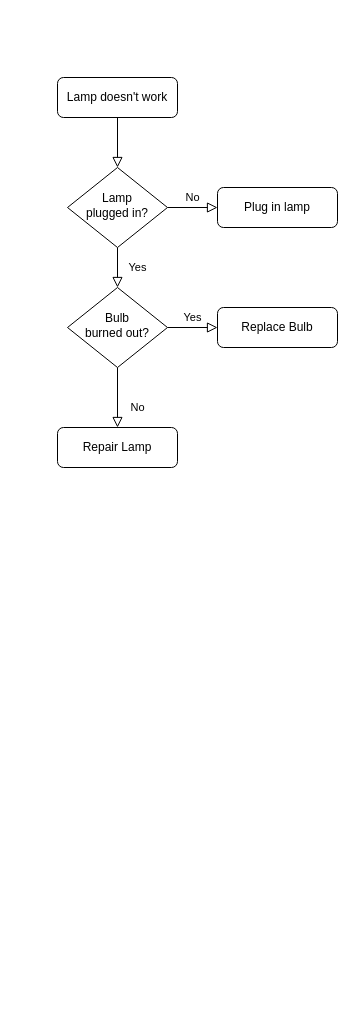
Above: idk.drawio in H0p1ty/data_bases (draw.io), before the change. Source tidied: cells renumbered, new cells numbered last; positions are measured from the earlier drawing's top-left corner, leaving out a move shared by most shapes. Both pictures are drawn from the tidied source at 100%, with x=0, y=0 at pixel (57, 77).
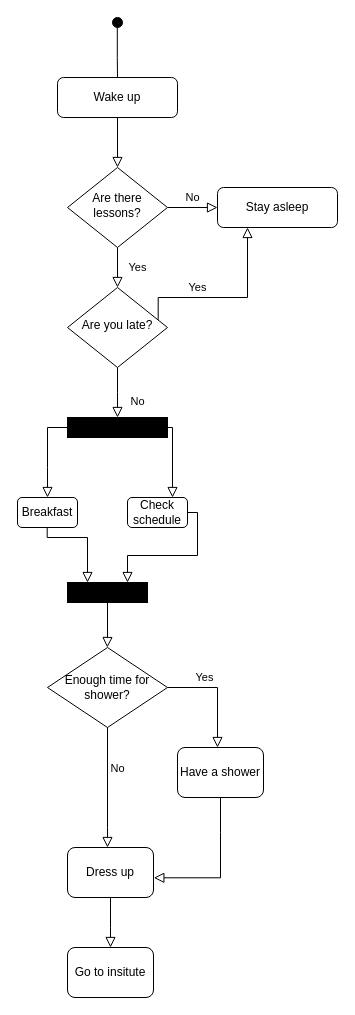
Above is the later version.

Change to the diagram source:
```diff
@@
-    <mxCell id="3" value="Lamp doesn't work" style="rounded=1;whiteSpace=wrap;html=1;fontSize=12;glass=0;strokeWidth=1;shadow=0;" parent="1" vertex="1">
+    <mxCell id="3" value="Wake up" style="rounded=1;whiteSpace=wrap;html=1;fontSize=12;glass=0;strokeWidth=1;shadow=0;" parent="1" vertex="1">
       <mxGeometry width="120" height="40" as="geometry" />
     </mxCell>
@@
-    <mxCell id="6" value="Lamp&lt;br&gt;plugged in?" style="rhombus;whiteSpace=wrap;html=1;shadow=0;fontFamily=Helvetica;fontSize=12;align=center;strokeWidth=1;spacing=6;spacingTop=-4;" parent="1" vertex="1">
+    <mxCell id="6" value="Are there lessons?" style="rhombus;whiteSpace=wrap;html=1;shadow=0;fontFamily=Helvetica;fontSize=12;align=center;strokeWidth=1;spacing=6;spacingTop=-4;" parent="1" vertex="1">
       <mxGeometry x="10" y="90" width="100" height="80" as="geometry" />
     </mxCell>
-    <mxCell id="7" value="Plug in lamp" style="rounded=1;whiteSpace=wrap;html=1;fontSize=12;glass=0;strokeWidth=1;shadow=0;" parent="1" vertex="1">
+    <mxCell id="7" value="Stay asleep" style="rounded=1;whiteSpace=wrap;html=1;fontSize=12;glass=0;strokeWidth=1;shadow=0;" parent="1" vertex="1">
       <mxGeometry x="160" y="110" width="120" height="40" as="geometry" />
     </mxCell>
-    <mxCell id="8" value="No" style="rounded=0;html=1;jettySize=auto;fontSize=11;endArrow=block;endFill=0;endSize=8;strokeWidth=1;shadow=0;labelBackgroundColor=none;edgeStyle=orthogonalEdgeStyle;" parent="1" edge="1" source="10" target="11">
-      <mxGeometry x="0.33" y="20" relative="1" as="geometry" />
+    <mxCell id="8" value="No" style="rounded=0;html=1;jettySize=auto;fontSize=11;endArrow=block;endFill=0;endSize=8;strokeWidth=1;shadow=0;labelBackgroundColor=none;edgeStyle=orthogonalEdgeStyle;" parent="1" edge="1" source="10">
+      <mxGeometry x="0.33" y="20" relative="1" as="geometry">
+        <mxPoint x="60" y="340" as="targetPoint" />
+      </mxGeometry>
     </mxCell>
-    <mxCell id="9" value="Yes" style="edgeStyle=orthogonalEdgeStyle;rounded=0;html=1;jettySize=auto;fontSize=11;endArrow=block;endFill=0;endSize=8;strokeWidth=1;shadow=0;labelBackgroundColor=none;" parent="1" edge="1" source="10" target="12">
-      <mxGeometry y="10" relative="1" as="geometry" />
-    </mxCell>
-    <mxCell id="10" value="Bulb&lt;br&gt;burned out?" style="rhombus;whiteSpace=wrap;html=1;shadow=0;fontFamily=Helvetica;fontSize=12;align=center;strokeWidth=1;spacing=6;spacingTop=-4;" parent="1" vertex="1">
+    <mxCell id="10" value="Are you late?" style="rhombus;whiteSpace=wrap;html=1;shadow=0;fontFamily=Helvetica;fontSize=12;align=center;strokeWidth=1;spacing=6;spacingTop=-4;" parent="1" vertex="1">
       <mxGeometry x="10" y="210" width="100" height="80" as="geometry" />
     </mxCell>
-    <mxCell id="11" value="Repair Lamp" style="rounded=1;whiteSpace=wrap;html=1;fontSize=12;glass=0;strokeWidth=1;shadow=0;" parent="1" vertex="1">
-      <mxGeometry y="350" width="120" height="40" as="geometry" />
-    </mxCell>
-    <mxCell id="12" value="Replace Bulb" style="rounded=1;whiteSpace=wrap;html=1;fontSize=12;glass=0;strokeWidth=1;shadow=0;" parent="1" vertex="1">
-      <mxGeometry x="160" y="230" width="120" height="40" as="geometry" />
-    </mxCell>
+    <mxCell id="13" style="ellipse;whiteSpace=wrap;html=1;fillColor=#000000;" parent="1" vertex="1">
+      <mxGeometry x="55" y="-60" width="10" height="10" as="geometry" />
+    </mxCell>
+    <mxCell id="14" style="endArrow=none;html=1;rounded=0;" parent="1" edge="1">
+      <mxGeometry relative="1" as="geometry">
+        <mxPoint x="60" as="sourcePoint" />
+        <mxPoint x="59.8" y="-50" as="targetPoint" />
+        <Array as="points">
+          <mxPoint x="59.8" y="-20" />
+        </Array>
+      </mxGeometry>
+    </mxCell>
+    <mxCell id="15" value="Yes" style="rounded=0;html=1;jettySize=auto;fontSize=11;endArrow=block;endFill=0;endSize=8;strokeWidth=1;shadow=0;labelBackgroundColor=none;edgeStyle=orthogonalEdgeStyle;exitX=0.907;exitY=0.403;exitDx=0;exitDy=0;exitPerimeter=0;entryX=0.25;entryY=1;entryDx=0;entryDy=0;" parent="1" edge="1" source="10" target="7">
+      <mxGeometry x="-0.32" y="10" relative="1" as="geometry">
+        <Array as="points">
+          <mxPoint x="101" y="220" />
+          <mxPoint x="190" y="220" />
+        </Array>
+      </mxGeometry>
+    </mxCell>
+    <mxCell id="16" style="rounded=0;whiteSpace=wrap;html=1;fillColor=#000000;" parent="1" vertex="1">
+      <mxGeometry x="10" y="340" width="100" height="20" as="geometry" />
+    </mxCell>
+    <mxCell id="17" style="rounded=0;html=1;jettySize=auto;fontSize=11;endArrow=block;endFill=0;endSize=8;strokeWidth=1;shadow=0;labelBackgroundColor=none;edgeStyle=orthogonalEdgeStyle;exitX=0;exitY=0.5;exitDx=0;exitDy=0;" parent="1" edge="1" source="16">
+      <mxGeometry x="0.33" y="20" relative="1" as="geometry">
+        <mxPoint x="-10" y="420" as="targetPoint" />
+      </mxGeometry>
+    </mxCell>
+    <mxCell id="18" value="Breakfast" style="rounded=1;whiteSpace=wrap;html=1;" parent="1" vertex="1">
+      <mxGeometry x="-40" y="420" width="60" height="30" as="geometry" />
+    </mxCell>
+    <mxCell id="19" style="rounded=0;html=1;jettySize=auto;fontSize=11;endArrow=block;endFill=0;endSize=8;strokeWidth=1;shadow=0;labelBackgroundColor=none;edgeStyle=orthogonalEdgeStyle;exitX=1;exitY=0.5;exitDx=0;exitDy=0;entryX=0.75;entryY=0;entryDx=0;entryDy=0;" parent="1" edge="1" source="27" target="21">
+      <mxGeometry x="0.33" y="20" relative="1" as="geometry">
+        <Array as="points">
+          <mxPoint x="140" y="435" />
+          <mxPoint x="140" y="478" />
+          <mxPoint x="70" y="478" />
+        </Array>
+      </mxGeometry>
+    </mxCell>
+    <mxCell id="20" style="rounded=0;html=1;jettySize=auto;fontSize=11;endArrow=block;endFill=0;endSize=8;strokeWidth=1;shadow=0;labelBackgroundColor=none;edgeStyle=orthogonalEdgeStyle;entryX=0.25;entryY=0;entryDx=0;entryDy=0;" parent="1" edge="1" target="21">
+      <mxGeometry x="0.33" y="20" relative="1" as="geometry">
+        <mxPoint x="-10.3" y="450" as="sourcePoint" />
+        <Array as="points">
+          <mxPoint x="-10" y="460" />
+          <mxPoint x="30" y="460" />
+        </Array>
+      </mxGeometry>
+    </mxCell>
+    <mxCell id="21" style="rounded=0;whiteSpace=wrap;html=1;fillColor=#000000;" parent="1" vertex="1">
+      <mxGeometry x="10" y="505" width="80" height="20" as="geometry" />
+    </mxCell>
+    <mxCell id="22" style="rounded=0;html=1;jettySize=auto;orthogonalLoop=1;fontSize=11;endArrow=block;endFill=0;endSize=8;strokeWidth=1;shadow=0;labelBackgroundColor=none;edgeStyle=orthogonalEdgeStyle;" parent="1" edge="1">
+      <mxGeometry x="0.33" y="20" relative="1" as="geometry">
+        <mxPoint x="50" y="525" as="sourcePoint" />
+        <mxPoint x="49.8" y="570" as="targetPoint" />
+        <Array as="points">
+          <mxPoint x="49.8" y="560" />
+          <mxPoint x="49.8" y="560" />
+        </Array>
+      </mxGeometry>
+    </mxCell>
+    <mxCell id="23" value="Enough time for shower?" style="rhombus;whiteSpace=wrap;html=1;" parent="1" vertex="1">
+      <mxGeometry x="-10" y="570" width="120" height="80" as="geometry" />
+    </mxCell>
+    <mxCell id="24" value="Have a shower" style="rounded=1;whiteSpace=wrap;html=1;" parent="1" vertex="1">
+      <mxGeometry x="120" y="670" width="86" height="50" as="geometry" />
+    </mxCell>
+    <mxCell id="25" value="Yes" style="rounded=0;html=1;jettySize=auto;fontSize=11;endArrow=block;endFill=0;endSize=8;strokeWidth=1;shadow=0;labelBackgroundColor=none;edgeStyle=orthogonalEdgeStyle;exitX=1;exitY=0.5;exitDx=0;exitDy=0;" parent="1" edge="1" source="23" target="24">
+      <mxGeometry x="-0.32" y="10" relative="1" as="geometry">
+        <Array as="points">
+          <mxPoint x="160" y="610" />
+        </Array>
+      </mxGeometry>
+    </mxCell>
+    <mxCell id="26" style="rounded=0;html=1;jettySize=auto;fontSize=11;endArrow=block;endFill=0;endSize=8;strokeWidth=1;shadow=0;labelBackgroundColor=none;edgeStyle=orthogonalEdgeStyle;exitX=1;exitY=0.5;exitDx=0;exitDy=0;entryX=0.75;entryY=0;entryDx=0;entryDy=0;" parent="1" edge="1" target="27">
+      <mxGeometry x="0.33" y="20" relative="1" as="geometry">
+        <mxPoint x="100" y="340" as="sourcePoint" />
+        <Array as="points">
+          <mxPoint x="100" y="350" />
+          <mxPoint x="115" y="350" />
+        </Array>
+      </mxGeometry>
+    </mxCell>
+    <mxCell id="27" value="Check schedule" style="rounded=1;whiteSpace=wrap;html=1;" parent="1" vertex="1">
+      <mxGeometry x="70" y="420" width="60" height="30" as="geometry" />
+    </mxCell>
+    <mxCell id="28" value="No" style="rounded=0;html=1;jettySize=auto;fontSize=11;endArrow=block;endFill=0;endSize=8;strokeWidth=1;shadow=0;labelBackgroundColor=none;edgeStyle=orthogonalEdgeStyle;exitX=0.5;exitY=1;exitDx=0;exitDy=0;" parent="1" edge="1" source="23">
+      <mxGeometry x="-0.32" y="10" relative="1" as="geometry">
+        <mxPoint x="50" y="770" as="targetPoint" />
+        <Array as="points">
+          <mxPoint x="50" y="750" />
+        </Array>
+      </mxGeometry>
+    </mxCell>
+    <mxCell id="29" value="Dress up" style="rounded=1;whiteSpace=wrap;html=1;" parent="1" vertex="1">
+      <mxGeometry x="10" y="770" width="86" height="50" as="geometry" />
+    </mxCell>
+    <mxCell id="30" style="rounded=0;html=1;jettySize=auto;fontSize=11;endArrow=block;endFill=0;endSize=8;strokeWidth=1;shadow=0;labelBackgroundColor=none;edgeStyle=orthogonalEdgeStyle;entryX=1.004;entryY=0.606;entryDx=0;entryDy=0;entryPerimeter=0;" parent="1" edge="1" target="29">
+      <mxGeometry x="0.33" y="20" relative="1" as="geometry">
+        <mxPoint x="163" y="720" as="sourcePoint" />
+        <Array as="points">
+          <mxPoint x="163" y="755" />
+          <mxPoint x="163" y="800" />
+        </Array>
+      </mxGeometry>
+    </mxCell>
+    <mxCell id="31" value="Go to insitute" style="rounded=1;whiteSpace=wrap;html=1;" parent="1" vertex="1">
+      <mxGeometry x="10" y="870" width="86" height="50" as="geometry" />
+    </mxCell>
+    <mxCell id="32" style="rounded=0;html=1;jettySize=auto;fontSize=11;endArrow=block;endFill=0;endSize=8;strokeWidth=1;shadow=0;labelBackgroundColor=none;edgeStyle=orthogonalEdgeStyle;entryX=0.5;entryY=0;entryDx=0;entryDy=0;exitX=0.5;exitY=1;exitDx=0;exitDy=0;" parent="1" edge="1" source="29" target="31">
+      <mxGeometry x="0.33" y="20" relative="1" as="geometry">
+        <Array as="points">
+          <mxPoint x="53" y="850" />
+          <mxPoint x="53" y="850" />
+        </Array>
+      </mxGeometry>
+    </mxCell>
```
